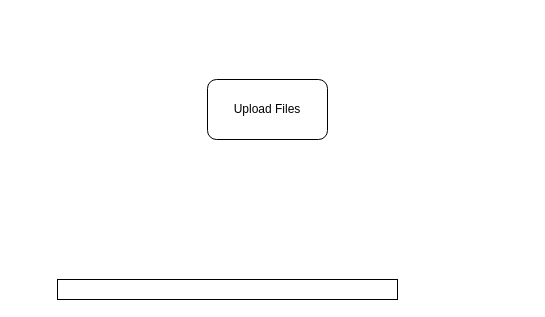
twpwong/language-learning keeps this draw.io diagram as Untitled Diagram.drawio. Above is the earlier version. Source tidied: cells renumbered, new cells numbered last; positions are measured from the earlier drawing's top-left corner, leaving out a move shared by most shapes. Both pictures are drawn from the tidied source at 100%, with x=0, y=0 at pixel (57, 79).
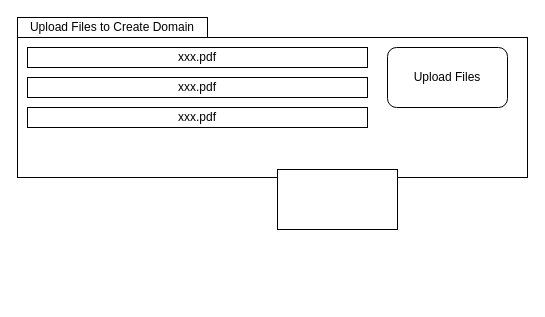
The same diagram, later.

What changed in the source:
```diff
@@
 <mxGraphModel>
   <root>
     <mxCell id="0" />
     <mxCell id="1" parent="0" />
+    <mxCell id="4" style="group;" parent="1" vertex="1">
+      <mxGeometry x="-40" y="-62" width="510" height="160" as="geometry" />
+    </mxCell>
+    <mxCell id="5" style="rounded=0;whiteSpace=wrap;html=1;" parent="4" vertex="1">
+      <mxGeometry y="20" width="510" height="140" as="geometry" />
+    </mxCell>
-    <mxCell id="2" style="rounded=0;whiteSpace=wrap;html=1;" parent="1" vertex="1">
-      <mxGeometry y="200" width="340" height="20" as="geometry" />
+    <mxCell id="2" value="xxx.pdf" style="rounded=0;whiteSpace=wrap;html=1;" parent="4" vertex="1">
+      <mxGeometry x="10" y="30" width="340" height="20" as="geometry" />
     </mxCell>
-    <mxCell id="3" value="Upload Files" style="rounded=1;whiteSpace=wrap;html=1;" parent="1" vertex="1">
-      <mxGeometry x="150" width="120" height="60" as="geometry" />
+    <mxCell id="3" value="Upload Files" style="rounded=1;whiteSpace=wrap;html=1;" parent="4" vertex="1">
+      <mxGeometry x="370" y="30" width="120" height="60" as="geometry" />
     </mxCell>
+    <mxCell id="6" value="xxx.pdf" style="rounded=0;whiteSpace=wrap;html=1;" parent="4" vertex="1">
+      <mxGeometry x="10" y="90" width="340" height="20" as="geometry" />
+    </mxCell>
+    <mxCell id="7" value="xxx.pdf" style="rounded=0;whiteSpace=wrap;html=1;" parent="4" vertex="1">
+      <mxGeometry x="10" y="60" width="340" height="20" as="geometry" />
+    </mxCell>
+    <mxCell id="8" value="Upload Files to Create Domain" style="rounded=0;whiteSpace=wrap;html=1;" parent="4" vertex="1">
+      <mxGeometry width="190" height="20" as="geometry" />
+    </mxCell>
+    <mxCell id="9" style="rounded=0;whiteSpace=wrap;html=1;" parent="1" vertex="1">
+      <mxGeometry x="220" y="90" width="120" height="60" as="geometry" />
+    </mxCell>
   </root>
 </mxGraphModel>
```
